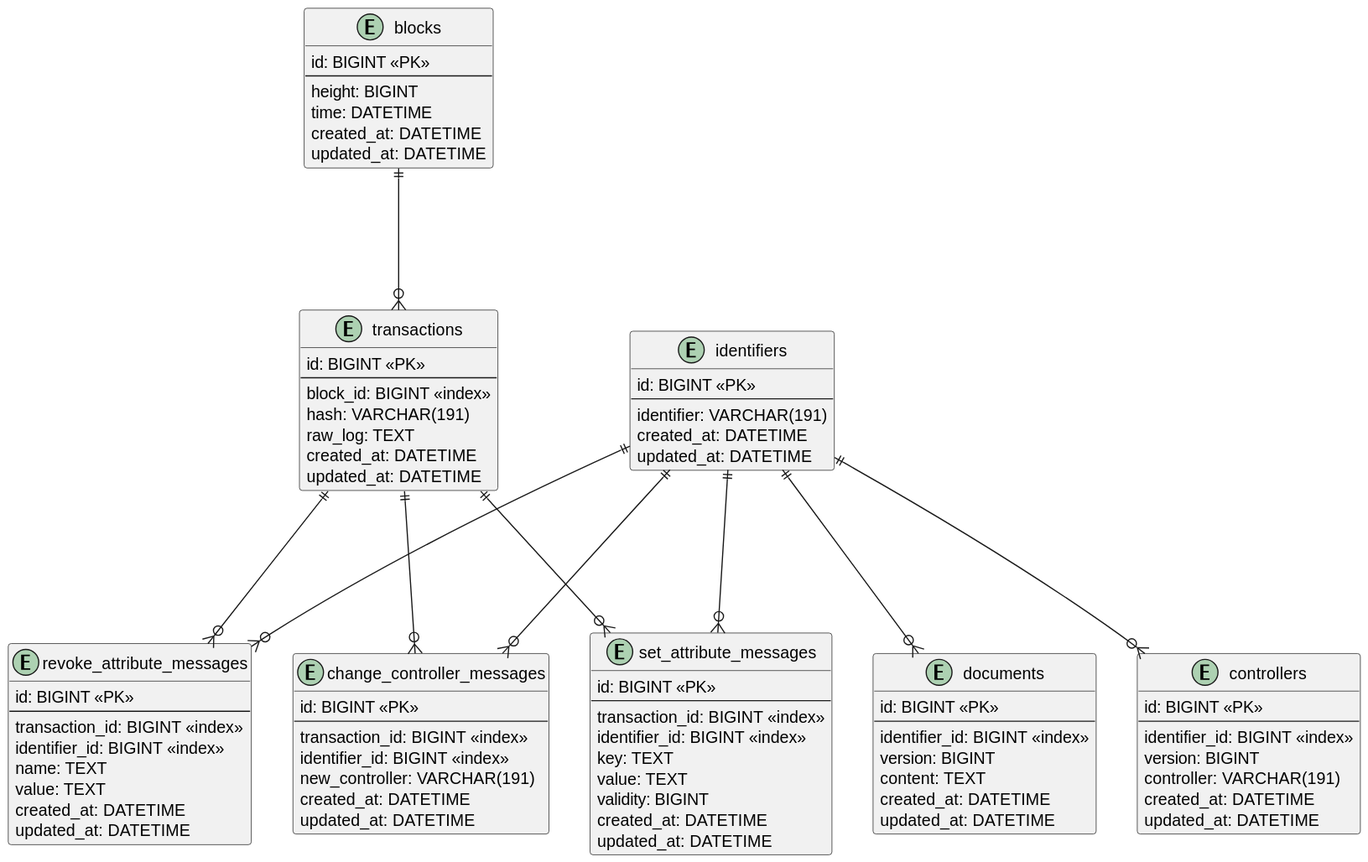
This is docs/database.svg from EG-easy/grano-did-exporter, a PlantUML export, as it was before one commit.
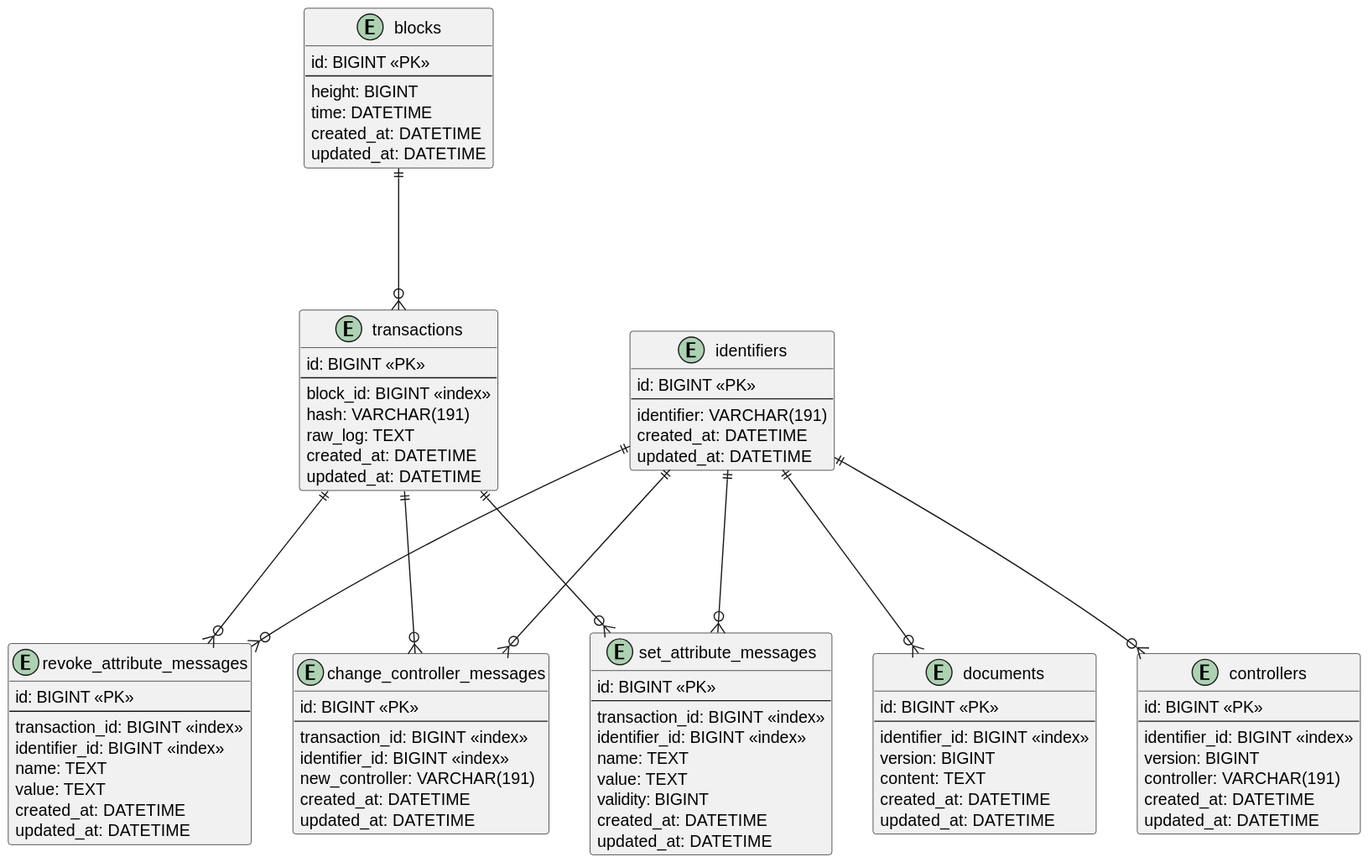
After the change.

What changed in the source:
```diff
@@ -42,7 +42,7 @@
   --
   transaction_id: BIGINT <<index>>
   identifier_id: BIGINT <<index>>
-  key: TEXT
+  name: TEXT
   value: TEXT
   validity: BIGINT
   created_at: DATETIME
```
